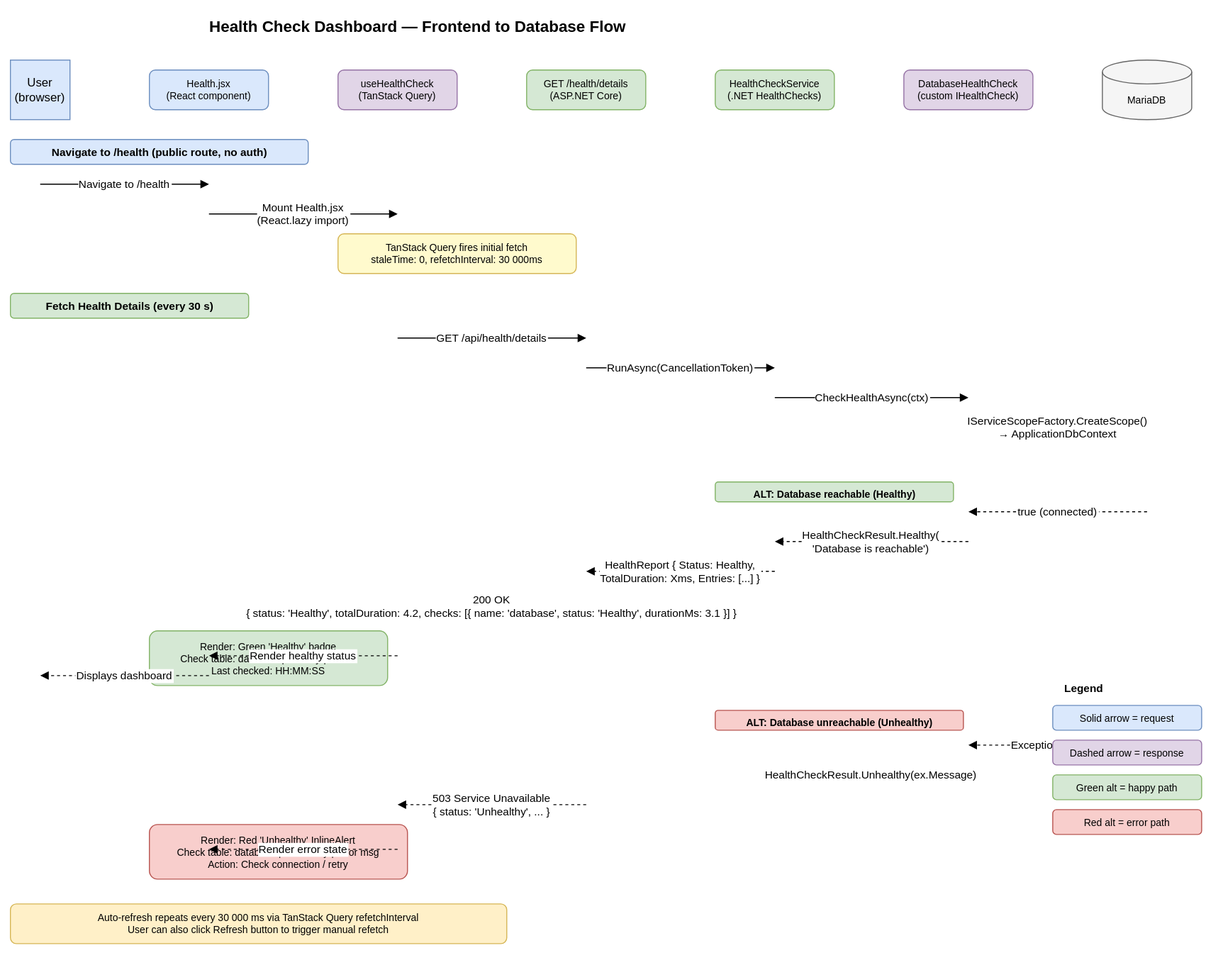
Before: diagrams/drawio/svg/health-check-sequence.svg, a diagram exported from draw.io (rloisell/DSC-modernization). Source tidied: cells renumbered, new cells last; positions are measured from the earlier drawing's top-left corner, leaving out a move shared by most shapes.
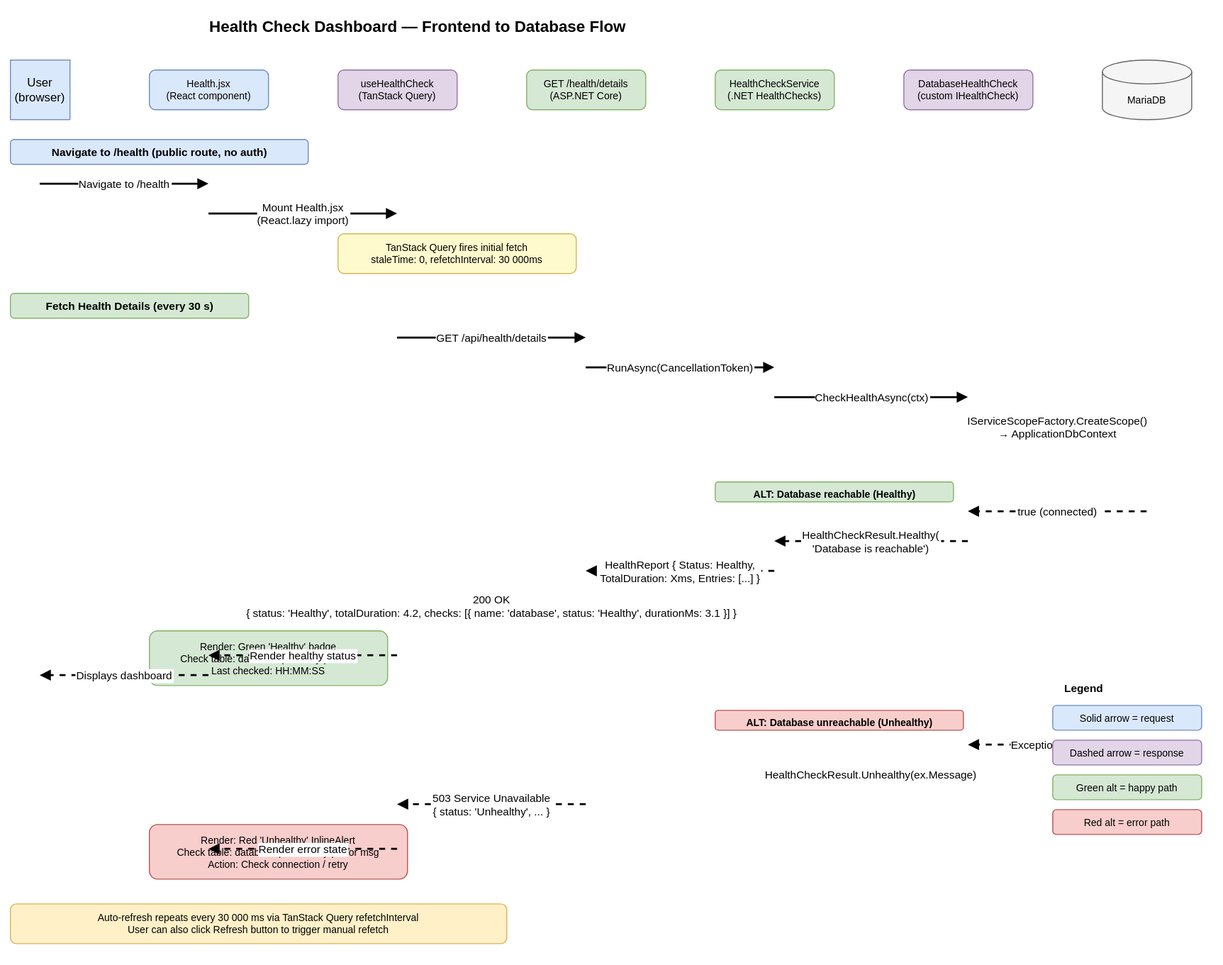
After the commit.

The edit, as a diff of the source:
```diff
@@ -1,4 +1,4 @@
-<mxGraphModel>
+<mxGraphModel background="#ffffff">
   <root>
     <mxCell id="0" />
     <mxCell id="1" parent="0" />
@@ -29,13 +29,13 @@
     <mxCell id="10" value="Navigate to /health (public route, no auth)" style="text;html=1;strokeColor=#6c8ebf;fillColor=#dae8fc;align=center;fontStyle=1;fontSize=11;rounded=1;" parent="1" vertex="1">
       <mxGeometry y="130" width="300" height="25" as="geometry" />
     </mxCell>
-    <mxCell id="11" value="Navigate to /health" style="edgeStyle=orthogonalEdgeStyle;rounded=0;endArrow=block;endFill=1;" parent="1" edge="1">
+    <mxCell id="11" value="Navigate to /health" style="edgeStyle=orthogonalEdgeStyle;rounded=0;endArrow=block;endFill=1;strokeWidth=2;" parent="1" edge="1">
       <mxGeometry relative="1" as="geometry">
         <mxPoint x="30" y="175" as="sourcePoint" />
         <mxPoint x="200" y="175" as="targetPoint" />
       </mxGeometry>
     </mxCell>
-    <mxCell id="12" value="Mount Health.jsx&#10;(React.lazy import)" style="edgeStyle=orthogonalEdgeStyle;rounded=0;endArrow=block;endFill=1;" parent="1" edge="1">
+    <mxCell id="12" value="Mount Health.jsx&#10;(React.lazy import)" style="edgeStyle=orthogonalEdgeStyle;rounded=0;endArrow=block;endFill=1;strokeWidth=2;" parent="1" edge="1">
       <mxGeometry relative="1" as="geometry">
         <mxPoint x="200" y="205" as="sourcePoint" />
         <mxPoint x="390" y="205" as="targetPoint" />
@@ -47,31 +47,31 @@
     <mxCell id="14" value="Fetch Health Details (every 30 s)" style="text;html=1;strokeColor=#82b366;fillColor=#d5e8d4;align=center;fontStyle=1;fontSize=11;rounded=1;" parent="1" vertex="1">
       <mxGeometry y="285" width="240" height="25" as="geometry" />
     </mxCell>
-    <mxCell id="15" value="GET /api/health/details" style="edgeStyle=orthogonalEdgeStyle;rounded=0;endArrow=block;endFill=1;" parent="1" edge="1">
+    <mxCell id="15" value="GET /api/health/details" style="edgeStyle=orthogonalEdgeStyle;rounded=0;endArrow=block;endFill=1;strokeWidth=2;" parent="1" edge="1">
       <mxGeometry relative="1" as="geometry">
         <mxPoint x="390" y="330" as="sourcePoint" />
         <mxPoint x="580" y="330" as="targetPoint" />
       </mxGeometry>
     </mxCell>
-    <mxCell id="16" value="RunAsync(CancellationToken)" style="edgeStyle=orthogonalEdgeStyle;rounded=0;endArrow=block;endFill=1;" parent="1" edge="1">
+    <mxCell id="16" value="RunAsync(CancellationToken)" style="edgeStyle=orthogonalEdgeStyle;rounded=0;endArrow=block;endFill=1;strokeWidth=2;" parent="1" edge="1">
       <mxGeometry relative="1" as="geometry">
         <mxPoint x="580" y="360" as="sourcePoint" />
         <mxPoint x="770" y="360" as="targetPoint" />
       </mxGeometry>
     </mxCell>
-    <mxCell id="17" value="CheckHealthAsync(ctx)" style="edgeStyle=orthogonalEdgeStyle;rounded=0;endArrow=block;endFill=1;" parent="1" edge="1">
+    <mxCell id="17" value="CheckHealthAsync(ctx)" style="edgeStyle=orthogonalEdgeStyle;rounded=0;endArrow=block;endFill=1;strokeWidth=2;" parent="1" edge="1">
       <mxGeometry relative="1" as="geometry">
         <mxPoint x="770" y="390" as="sourcePoint" />
         <mxPoint x="965" y="390" as="targetPoint" />
       </mxGeometry>
     </mxCell>
-    <mxCell id="18" value="IServiceScopeFactory.CreateScope()&#10;→ ApplicationDbContext" style="edgeStyle=orthogonalEdgeStyle;rounded=0;endArrow=block;endFill=1;" parent="1" edge="1">
+    <mxCell id="18" value="IServiceScopeFactory.CreateScope()&#10;→ ApplicationDbContext" style="edgeStyle=orthogonalEdgeStyle;rounded=0;endArrow=block;endFill=1;strokeWidth=2;" parent="1" edge="1">
       <mxGeometry relative="1" as="geometry">
         <mxPoint x="965" y="420" as="sourcePoint" />
         <mxPoint x="1145" y="420" as="targetPoint" />
       </mxGeometry>
     </mxCell>
-    <mxCell id="19" value="SELECT 1 (CanConnectAsync)" style="edgeStyle=orthogonalEdgeStyle;rounded=0;endArrow=block;endFill=1;" parent="1" edge="1">
+    <mxCell id="19" value="SELECT 1 (CanConnectAsync)" style="edgeStyle=orthogonalEdgeStyle;rounded=0;endArrow=block;endFill=1;strokeWidth=2;" parent="1" edge="1">
       <mxGeometry relative="1" as="geometry">
         <mxPoint x="1145" y="445" as="sourcePoint" />
         <mxPoint x="1145" y="445" as="targetPoint" />
@@ -84,25 +84,25 @@
     <mxCell id="20" value="ALT: Database reachable (Healthy)" style="text;html=1;strokeColor=#82b366;fillColor=#d5e8d4;align=center;fontStyle=1;fontSize=10;rounded=1;" parent="1" vertex="1">
       <mxGeometry x="710" y="475" width="240" height="20" as="geometry" />
     </mxCell>
-    <mxCell id="21" value="true (connected)" style="edgeStyle=orthogonalEdgeStyle;rounded=0;endArrow=block;endFill=1;dashed=1;" parent="1" edge="1">
+    <mxCell id="21" value="true (connected)" style="edgeStyle=orthogonalEdgeStyle;rounded=0;endArrow=block;endFill=1;dashed=1;strokeWidth=2;" parent="1" edge="1">
       <mxGeometry relative="1" as="geometry">
         <mxPoint x="1145" y="505" as="sourcePoint" />
         <mxPoint x="965" y="505" as="targetPoint" />
       </mxGeometry>
     </mxCell>
-    <mxCell id="22" value="HealthCheckResult.Healthy(&#10;'Database is reachable')" style="edgeStyle=orthogonalEdgeStyle;rounded=0;endArrow=block;endFill=1;dashed=1;" parent="1" edge="1">
+    <mxCell id="22" value="HealthCheckResult.Healthy(&#10;'Database is reachable')" style="edgeStyle=orthogonalEdgeStyle;rounded=0;endArrow=block;endFill=1;dashed=1;strokeWidth=2;" parent="1" edge="1">
       <mxGeometry relative="1" as="geometry">
         <mxPoint x="965" y="535" as="sourcePoint" />
         <mxPoint x="770" y="535" as="targetPoint" />
       </mxGeometry>
     </mxCell>
-    <mxCell id="23" value="HealthReport { Status: Healthy,&#10;TotalDuration: Xms, Entries: [...] }" style="edgeStyle=orthogonalEdgeStyle;rounded=0;endArrow=block;endFill=1;dashed=1;" parent="1" edge="1">
+    <mxCell id="23" value="HealthReport { Status: Healthy,&#10;TotalDuration: Xms, Entries: [...] }" style="edgeStyle=orthogonalEdgeStyle;rounded=0;endArrow=block;endFill=1;dashed=1;strokeWidth=2;" parent="1" edge="1">
       <mxGeometry relative="1" as="geometry">
         <mxPoint x="770" y="565" as="sourcePoint" />
         <mxPoint x="580" y="565" as="targetPoint" />
       </mxGeometry>
     </mxCell>
-    <mxCell id="24" value="200 OK&#10;{ status: 'Healthy', totalDuration: 4.2, checks: [{ name: 'database', status: 'Healthy', durationMs: 3.1 }] }" style="edgeStyle=orthogonalEdgeStyle;rounded=0;endArrow=block;endFill=1;dashed=1;" parent="1" edge="1">
+    <mxCell id="24" value="200 OK&#10;{ status: 'Healthy', totalDuration: 4.2, checks: [{ name: 'database', status: 'Healthy', durationMs: 3.1 }] }" style="edgeStyle=orthogonalEdgeStyle;rounded=0;endArrow=block;endFill=1;dashed=1;strokeWidth=2;" parent="1" edge="1">
       <mxGeometry relative="1" as="geometry">
         <mxPoint x="580" y="600" as="sourcePoint" />
         <mxPoint x="390" y="600" as="targetPoint" />
@@ -111,13 +111,13 @@
     <mxCell id="25" value="Render: Green 'Healthy' badge&#10;Check table: database | Healthy | 3.1ms&#10;Last checked: HH:MM:SS" style="rounded=1;whiteSpace=wrap;html=1;fillColor=#d5e8d4;strokeColor=#82b366;fontSize=10;" parent="1" vertex="1">
       <mxGeometry x="140" y="625" width="240" height="55" as="geometry" />
     </mxCell>
-    <mxCell id="26" value="Render healthy status" style="edgeStyle=orthogonalEdgeStyle;rounded=0;endArrow=block;endFill=1;dashed=1;" parent="1" edge="1">
+    <mxCell id="26" value="Render healthy status" style="edgeStyle=orthogonalEdgeStyle;rounded=0;endArrow=block;endFill=1;dashed=1;strokeWidth=2;" parent="1" edge="1">
       <mxGeometry relative="1" as="geometry">
         <mxPoint x="390" y="650" as="sourcePoint" />
         <mxPoint x="200" y="650" as="targetPoint" />
       </mxGeometry>
     </mxCell>
-    <mxCell id="27" value="Displays dashboard" style="edgeStyle=orthogonalEdgeStyle;rounded=0;endArrow=block;endFill=1;dashed=1;" parent="1" edge="1">
+    <mxCell id="27" value="Displays dashboard" style="edgeStyle=orthogonalEdgeStyle;rounded=0;endArrow=block;endFill=1;dashed=1;strokeWidth=2;" parent="1" edge="1">
       <mxGeometry relative="1" as="geometry">
         <mxPoint x="200" y="670" as="sourcePoint" />
         <mxPoint x="30" y="670" as="targetPoint" />
@@ -126,19 +126,19 @@
     <mxCell id="28" value="ALT: Database unreachable (Unhealthy)" style="text;html=1;strokeColor=#b85450;fillColor=#f8cecc;align=center;fontStyle=1;fontSize=10;rounded=1;" parent="1" vertex="1">
       <mxGeometry x="710" y="705" width="250" height="20" as="geometry" />
     </mxCell>
-    <mxCell id="29" value="Exception / timeout" style="edgeStyle=orthogonalEdgeStyle;rounded=0;endArrow=block;endFill=1;dashed=1;" parent="1" edge="1">
+    <mxCell id="29" value="Exception / timeout" style="edgeStyle=orthogonalEdgeStyle;rounded=0;endArrow=block;endFill=1;dashed=1;strokeWidth=2;" parent="1" edge="1">
       <mxGeometry relative="1" as="geometry">
         <mxPoint x="1145" y="740" as="sourcePoint" />
         <mxPoint x="965" y="740" as="targetPoint" />
       </mxGeometry>
     </mxCell>
-    <mxCell id="30" value="HealthCheckResult.Unhealthy(ex.Message)" style="edgeStyle=orthogonalEdgeStyle;rounded=0;endArrow=block;endFill=1;dashed=1;" parent="1" edge="1">
+    <mxCell id="30" value="HealthCheckResult.Unhealthy(ex.Message)" style="edgeStyle=orthogonalEdgeStyle;rounded=0;endArrow=block;endFill=1;dashed=1;strokeWidth=2;" parent="1" edge="1">
       <mxGeometry relative="1" as="geometry">
         <mxPoint x="965" y="770" as="sourcePoint" />
         <mxPoint x="770" y="770" as="targetPoint" />
       </mxGeometry>
     </mxCell>
-    <mxCell id="31" value="503 Service Unavailable&#10;{ status: 'Unhealthy', ... }" style="edgeStyle=orthogonalEdgeStyle;rounded=0;endArrow=block;endFill=1;dashed=1;" parent="1" edge="1">
+    <mxCell id="31" value="503 Service Unavailable&#10;{ status: 'Unhealthy', ... }" style="edgeStyle=orthogonalEdgeStyle;rounded=0;endArrow=block;endFill=1;dashed=1;strokeWidth=2;" parent="1" edge="1">
       <mxGeometry relative="1" as="geometry">
         <mxPoint x="580" y="800" as="sourcePoint" />
         <mxPoint x="390" y="800" as="targetPoint" />
@@ -147,7 +147,7 @@
     <mxCell id="32" value="Render: Red 'Unhealthy' InlineAlert&#10;Check table: database | Unhealthy | error msg&#10;Action: Check connection / retry" style="rounded=1;whiteSpace=wrap;html=1;fillColor=#f8cecc;strokeColor=#b85450;fontSize=10;" parent="1" vertex="1">
       <mxGeometry x="140" y="820" width="260" height="55" as="geometry" />
     </mxCell>
-    <mxCell id="33" value="Render error state" style="edgeStyle=orthogonalEdgeStyle;rounded=0;endArrow=block;endFill=1;dashed=1;" parent="1" edge="1">
+    <mxCell id="33" value="Render error state" style="edgeStyle=orthogonalEdgeStyle;rounded=0;endArrow=block;endFill=1;dashed=1;strokeWidth=2;" parent="1" edge="1">
       <mxGeometry relative="1" as="geometry">
         <mxPoint x="390" y="845" as="sourcePoint" />
         <mxPoint x="200" y="845" as="targetPoint" />
```
